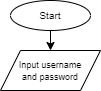
Before: flowchart.drawio.png, a diagram exported from draw.io (tafanianatalia/tafania-flight-booking-app). Source tidied: cells renumbered, new cells last; positions are measured from the earlier drawing's top-left corner, leaving out a move shared by most shapes.
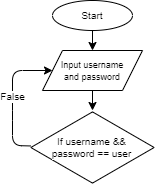
The same diagram one commit later.

Commit message:
feet : add else condition that returns an invalid login

Diff of the diagram source:
```diff
@@ -2,14 +2,29 @@
   <root>
     <mxCell id="0" />
     <mxCell id="1" parent="0" />
-    <mxCell id="2" style="edgeStyle=none;html=1;exitX=0.5;exitY=1;exitDx=0;exitDy=0;entryX=0.5;entryY=0;entryDx=0;entryDy=0;fontSize=10;labelBackgroundColor=default;strokeColor=#000000;" parent="1" edge="1" source="3" target="4">
-      <mxGeometry relative="1" as="geometry" />
-    </mxCell>
+    <mxCell id="4" style="edgeStyle=none;html=1;exitX=0.5;exitY=1;exitDx=0;exitDy=0;entryX=0.5;entryY=0;entryDx=0;entryDy=0;fontSize=10;labelBackgroundColor=default;strokeColor=#000000;" parent="1" edge="1" source="3" target="6">
+      <mxGeometry relative="1" as="geometry" />
+    </mxCell>
     <mxCell id="3" value="Start" style="ellipse;whiteSpace=wrap;html=1;fontSize=10;labelBackgroundColor=default;" parent="1" vertex="1">
       <mxGeometry x="10" width="80" height="30" as="geometry" />
     </mxCell>
-    <mxCell id="4" value="&lt;font style=&quot;font-size: 9px&quot;&gt;Input username&lt;br&gt;and password&lt;/font&gt;" style="shape=parallelogram;perimeter=parallelogramPerimeter;whiteSpace=wrap;html=1;fixedSize=1;fontSize=10;labelBackgroundColor=default;" parent="1" vertex="1">
-      <mxGeometry y="50" width="100" height="40" as="geometry" />
-    </mxCell>
+    <mxCell id="5" style="edgeStyle=none;html=1;exitX=0.5;exitY=1;exitDx=0;exitDy=0;fontSize=10;labelBackgroundColor=default;strokeColor=#000000;" parent="1" edge="1" source="6" target="8">
+      <mxGeometry relative="1" as="geometry" />
+    </mxCell>
+    <mxCell id="6" value="&lt;font style=&quot;font-size: 9px&quot;&gt;Input username&lt;br&gt;and password&lt;/font&gt;" style="shape=parallelogram;perimeter=parallelogramPerimeter;whiteSpace=wrap;html=1;fixedSize=1;fontSize=10;labelBackgroundColor=default;" parent="1" vertex="1">
+      <mxGeometry y="50" width="100" height="40" as="geometry" />
+    </mxCell>
+    <mxCell id="7" value="False" style="edgeStyle=none;html=1;entryX=0;entryY=0.5;entryDx=0;entryDy=0;fontSize=10;labelBackgroundColor=#FFFFFF;strokeColor=#000000;fontColor=#000000;" parent="1" edge="1" source="8" target="6">
+      <mxGeometry relative="1" as="geometry">
+        <Array as="points">
+          <mxPoint x="-30" y="145" />
+          <mxPoint x="-30" y="110" />
+          <mxPoint x="-30" y="70" />
+        </Array>
+      </mxGeometry>
+    </mxCell>
+    <mxCell id="8" value="If username &amp;amp;&amp;amp;&lt;br&gt;password == user" style="html=1;whiteSpace=wrap;shape=isoRectangle;fontSize=10;labelBackgroundColor=default;" parent="1" vertex="1">
+      <mxGeometry x="-11.7" y="110" width="123.3" height="74" as="geometry" />
+    </mxCell>
   </root>
 </mxGraphModel>
```
